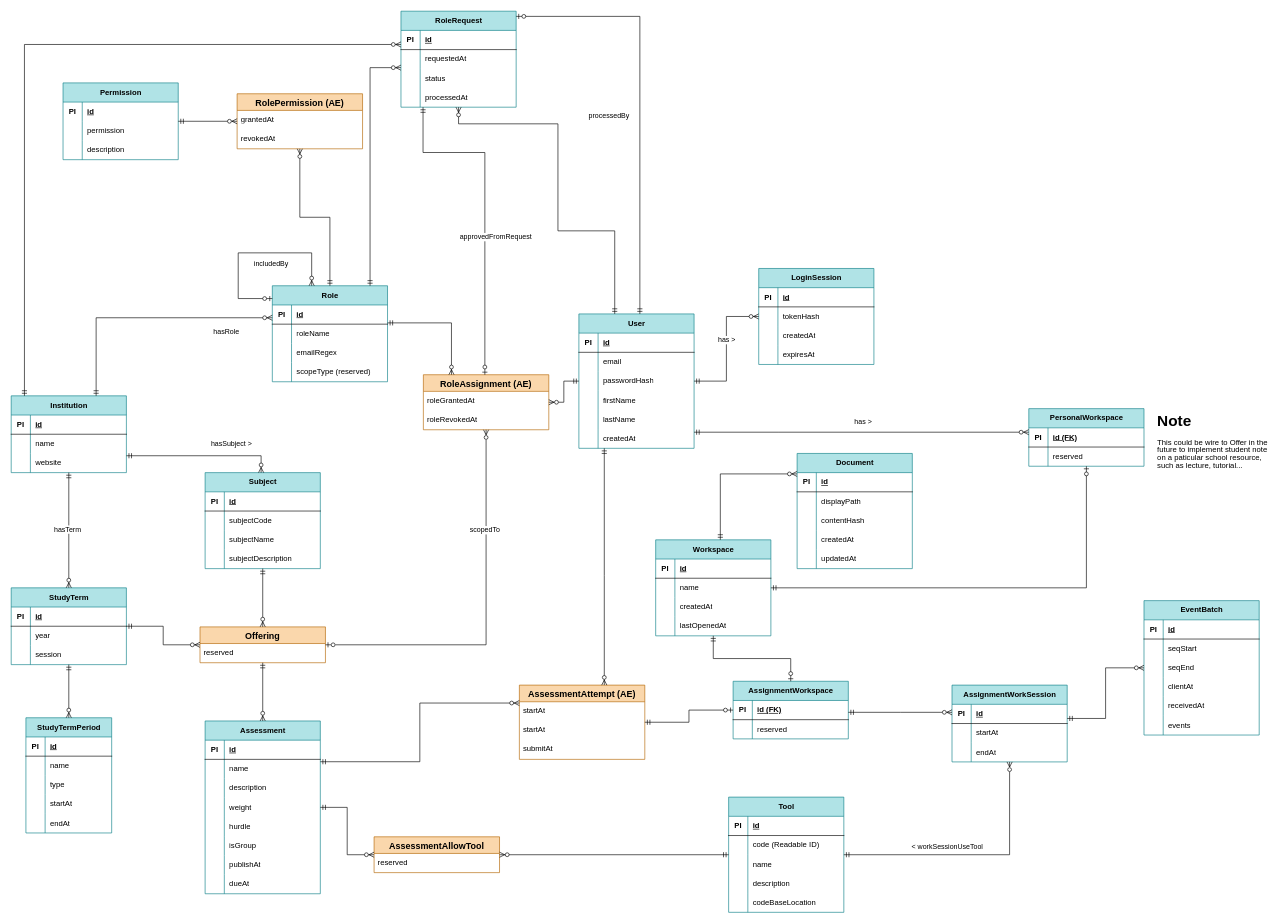
The draw.io diagram prisma/schema/conceptual-model.drawio in Sandalph0n/ailearn_sustainability_development, before the edit. Source tidied: cells renumbered, new cells numbered last; positions are measured from the earlier drawing's top-left corner, leaving out a move shared by most shapes. Both pictures are drawn from the tidied source at 64%, with x=0, y=0 at pixel (11, 11).
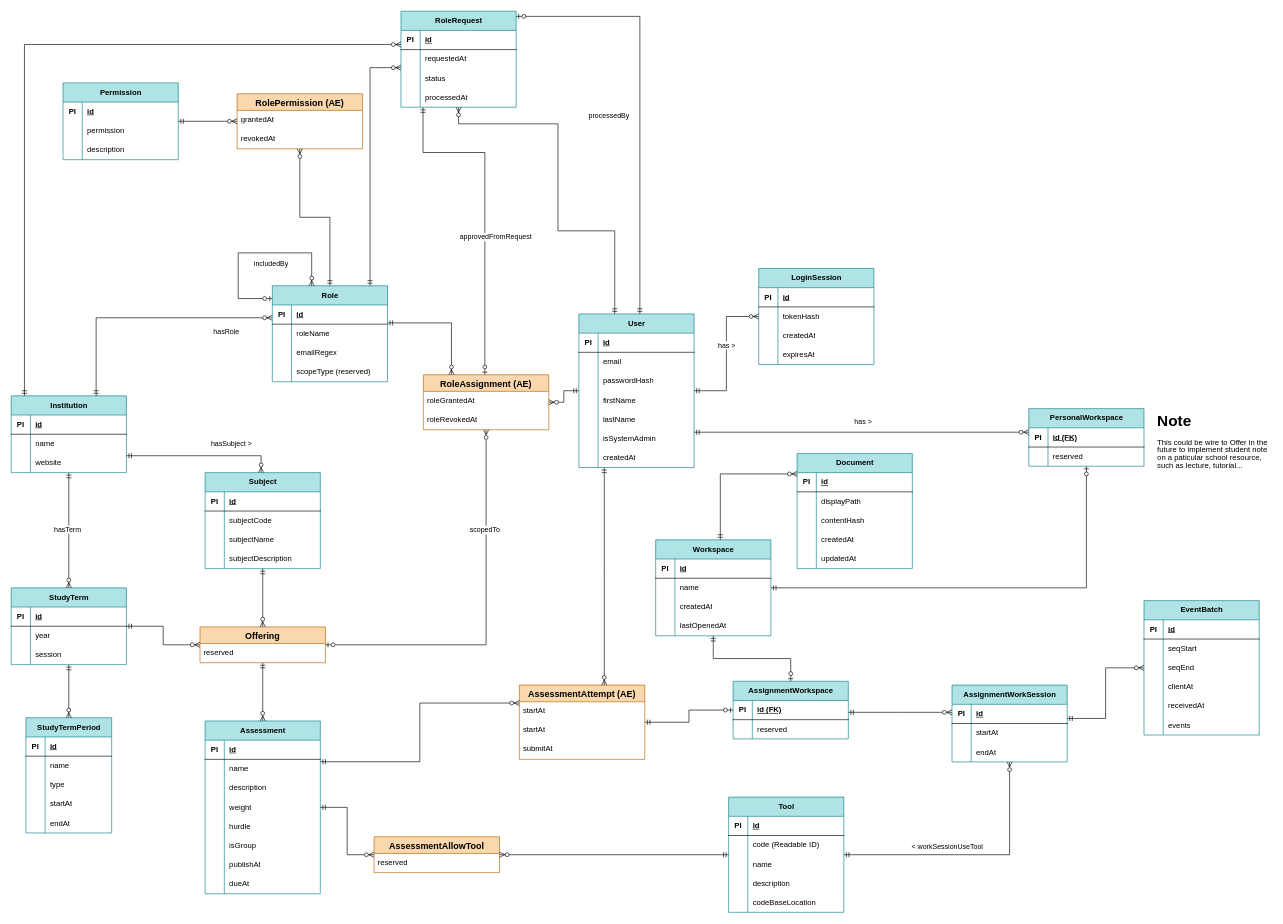
Above is the later version.

The change refers to these unchanged cells:
```xml
<mxCell id="18" style="shape=tableRow;horizontal=0;startSize=0;swimlaneHead=0;swimlaneBody=0;fillColor=none;top=0;left=0;right=0;bottom=0;" parent="2" vertex="1">
  <mxGeometry y="180" width="180" height="30" as="geometry" />
</mxCell>
```

What changed in the source:
```diff
@@
     <mxCell id="2" value="&lt;span style=&quot;white-space: normal;&quot;&gt;User&lt;/span&gt;" style="shape=table;startSize=30;childLayout=tableLayout;rowLines=0;fontStyle=1;align=center;html=1;fillColor=#b0e3e6;strokeColor=#0e8088;" parent="1" vertex="1">
-      <mxGeometry x="887" y="473" width="180" height="210" as="geometry" />
+      <mxGeometry x="887" y="473" width="180" height="240" as="geometry" />
     </mxCell>
@@
-    <mxCell id="20" value="createdAt" style="shape=partialRectangle;fillColor=none;top=0;left=0;bottom=0;right=0;align=left;spacingLeft=6;overflow=hidden;whiteSpace=wrap;html=1;" parent="18" vertex="1">
+    <mxCell id="20" value="isSystemAdmin" style="shape=partialRectangle;fillColor=none;top=0;left=0;bottom=0;right=0;align=left;spacingLeft=6;overflow=hidden;whiteSpace=wrap;html=1;" parent="18" vertex="1">
       <mxGeometry x="30" width="150" height="30" as="geometry" />
     </mxCell>
+    <mxCell id="288" style="shape=tableRow;horizontal=0;startSize=0;swimlaneHead=0;swimlaneBody=0;fillColor=none;top=0;left=0;right=0;bottom=0;" parent="2" vertex="1">
+      <mxGeometry y="210" width="180" height="30" as="geometry" />
+    </mxCell>
+    <mxCell id="289" style="shape=partialRectangle;fillColor=none;top=0;left=0;bottom=0;right=0;overflow=hidden;whiteSpace=wrap;html=1;" parent="288" vertex="1">
+      <mxGeometry width="30" height="30" as="geometry" />
+    </mxCell>
+    <mxCell id="290" value="createdAt" style="shape=partialRectangle;fillColor=none;top=0;left=0;bottom=0;right=0;align=left;spacingLeft=6;overflow=hidden;whiteSpace=wrap;html=1;" parent="288" vertex="1">
+      <mxGeometry x="30" width="150" height="30" as="geometry" />
+    </mxCell>
```
